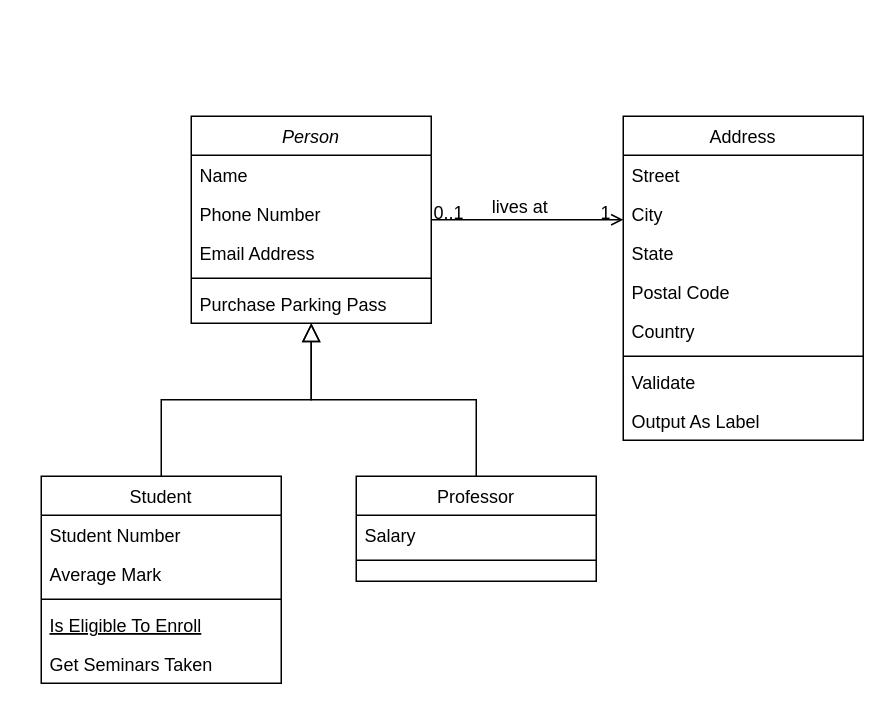
This is Diagrama sin título.drawio from nicotorboli/unqui-po2-torboli, a draw.io file, before an edit. Source tidied: cells renumbered, new cells numbered last; positions are measured from the earlier drawing's top-left corner, leaving out a move shared by most shapes. Both pictures are drawn from the tidied source at 150%, with x=0, y=0 at pixel (40, 116).
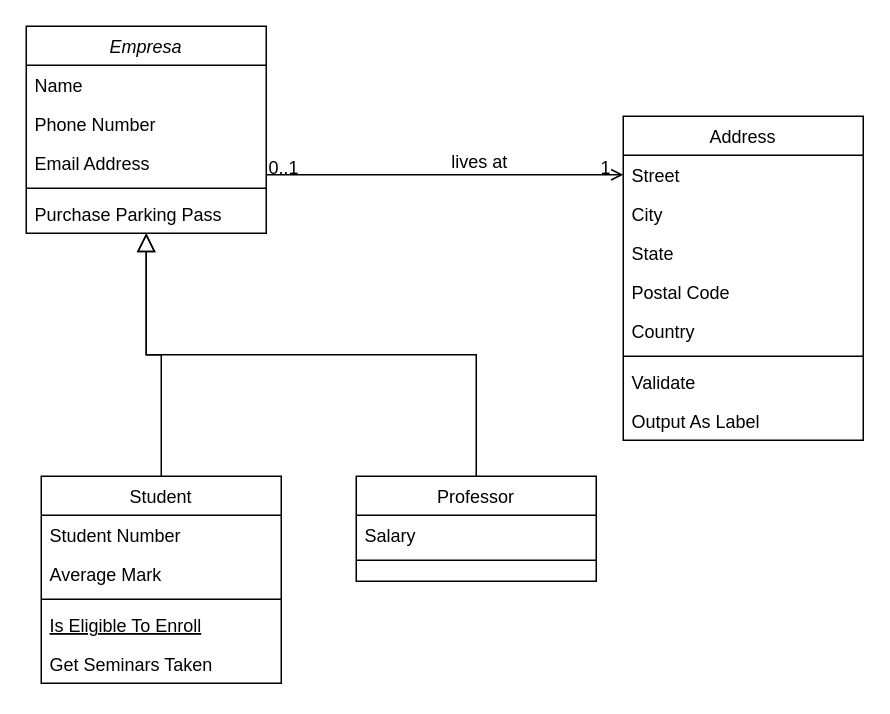
The same page after the edit.

Commit message:
Actualizar diagrama

Diff of the diagram source:
```diff
@@
-    <mxCell id="2" value="Person" style="swimlane;fontStyle=2;align=center;verticalAlign=top;horizontal=1;startSize=26;rounded=0;shadow=0;strokeWidth=1;" parent="1" vertex="1">
-      <mxGeometry x="100" width="160" height="138" as="geometry" />
+    <mxCell id="2" value="Empresa" style="swimlane;fontStyle=2;align=center;verticalAlign=top;horizontal=1;startSize=26;rounded=0;shadow=0;strokeWidth=1;" parent="1" vertex="1">
+      <mxGeometry x="-10" y="-60" width="160" height="138" as="geometry" />
     </mxCell>
```
